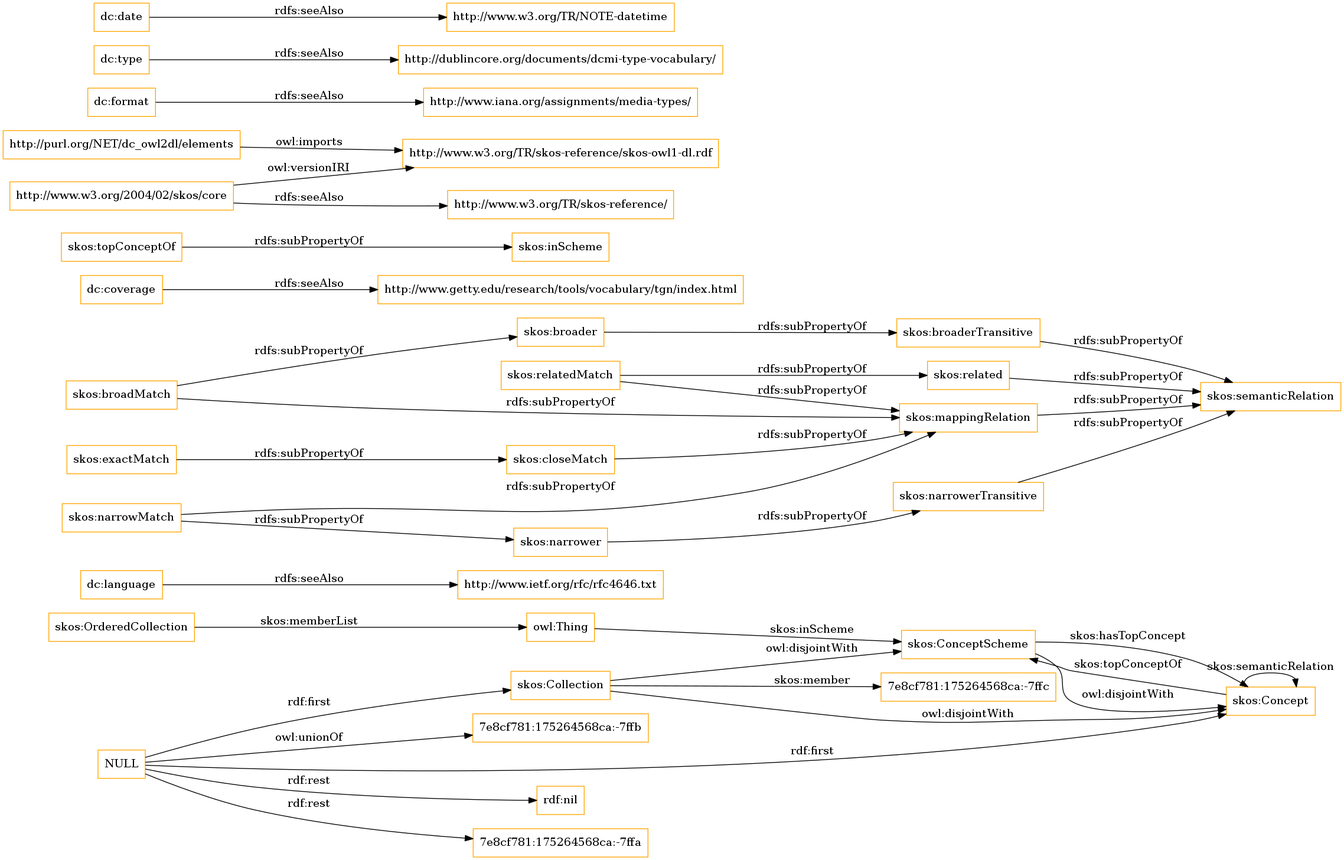
Above: OnToology/imports/elements.owl/diagrams/ar2dtool-class/elements.owl.png in OnToologyUser/core-ontology-1 (Graphviz), before the change. Its source is kept beside it as OnToology/imports/elements.owl/diagrams/ar2dtool-class/elements.owl.png.dot.
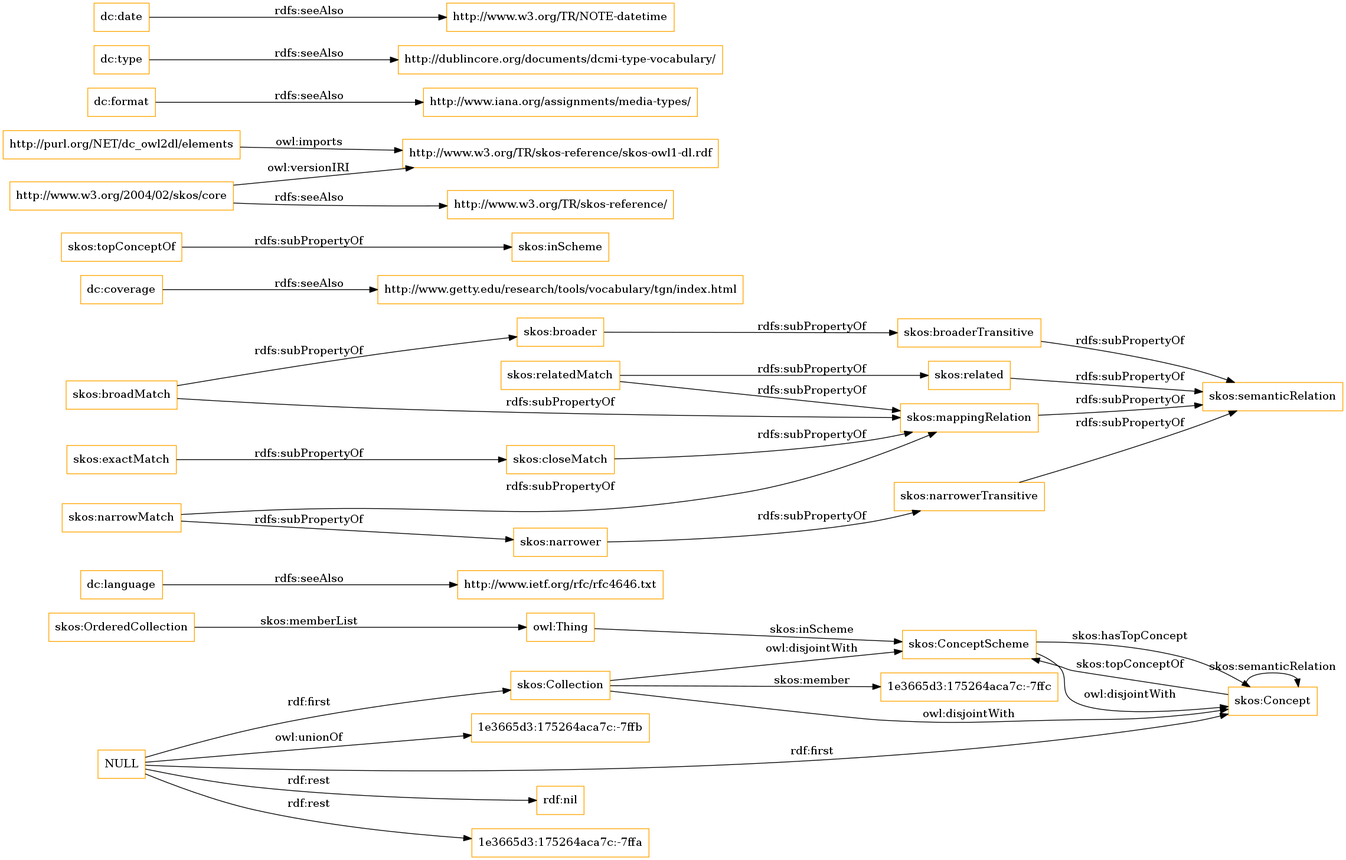
After the commit.

Change to the diagram source:
```diff
@@ -1,13 +1,13 @@
 digraph ar2dtool_diagram {
 rankdir=LR;
 size="1501"
-node [shape = rectangle, color="orange"]; "7e8cf781:175264568ca:-7ffc" "skos:OrderedCollection" "skos:Collection" "skos:ConceptScheme" "skos:Concept" ; /*classes style*/
+node [shape = rectangle, color="orange"]; "1e3665d3:175264aca7c:-7ffc" "skos:OrderedCollection" "skos:Collection" "skos:ConceptScheme" "skos:Concept" ; /*classes style*/
 	"dc:language" -> "http://www.ietf.org/rfc/rfc4646.txt" [ label = "rdfs:seeAlso" ];
 	"NULL" -> "rdf:nil" [ label = "rdf:rest" ];
 	"NULL" -> "skos:Collection" [ label = "rdf:first" ];
-	"NULL" -> "7e8cf781:175264568ca:-7ffa" [ label = "rdf:rest" ];
+	"NULL" -> "1e3665d3:175264aca7c:-7ffa" [ label = "rdf:rest" ];
 	"NULL" -> "skos:Concept" [ label = "rdf:first" ];
-	"NULL" -> "7e8cf781:175264568ca:-7ffb" [ label = "owl:unionOf" ];
+	"NULL" -> "1e3665d3:175264aca7c:-7ffb" [ label = "owl:unionOf" ];
 	"skos:closeMatch" -> "skos:mappingRelation" [ label = "rdfs:subPropertyOf" ];
 	"dc:coverage" -> "http://www.getty.edu/research/tools/vocabulary/tgn/index.html" [ label = "rdfs:seeAlso" ];
 	"skos:relatedMatch" -> "skos:related" [ label = "rdfs:subPropertyOf" ];
@@ -36,7 +36,7 @@
 	"skos:OrderedCollection" -> "owl:Thing" [ label = "skos:memberList" ];
 	"skos:Concept" -> "skos:ConceptScheme" [ label = "skos:topConceptOf" ];
 	"skos:Concept" -> "skos:Concept" [ label = "skos:semanticRelation" ];
-	"skos:Collection" -> "7e8cf781:175264568ca:-7ffc" [ label = "skos:member" ];
+	"skos:Collection" -> "1e3665d3:175264aca7c:-7ffc" [ label = "skos:member" ];
 	"skos:ConceptScheme" -> "skos:Concept" [ label = "skos:hasTopConcept" ];
 	"owl:Thing" -> "skos:ConceptScheme" [ label = "skos:inScheme" ];
 
```
